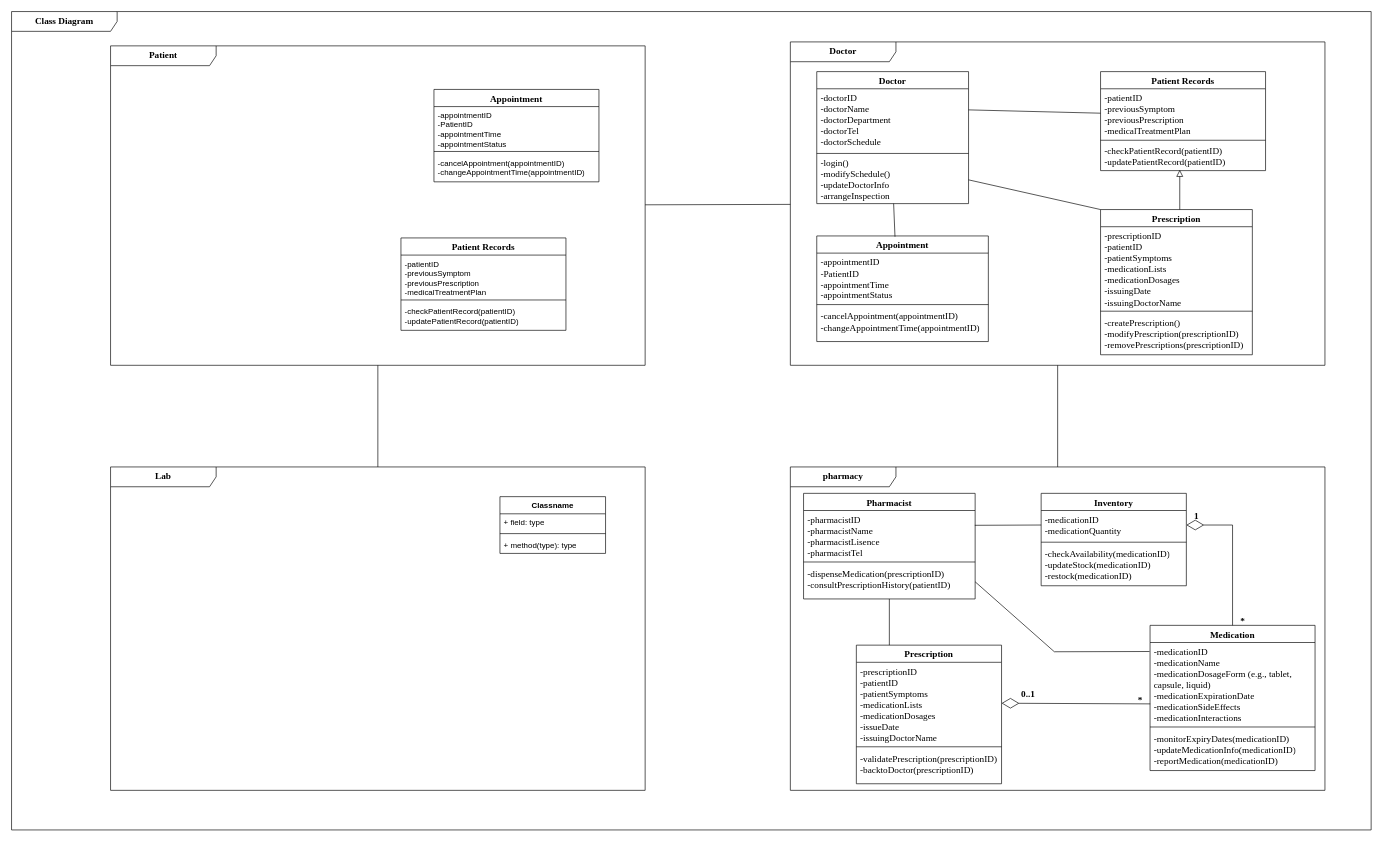
The draw.io diagram Class Diagram.drawio in FOMOKN/Software-Engineering, before the edit. Source tidied: cells renumbered, new cells numbered last; positions are measured from the earlier drawing's top-left corner, leaving out a move shared by most shapes. Both pictures are drawn from the tidied source at 66%, with x=0, y=0 at pixel (11, 11).
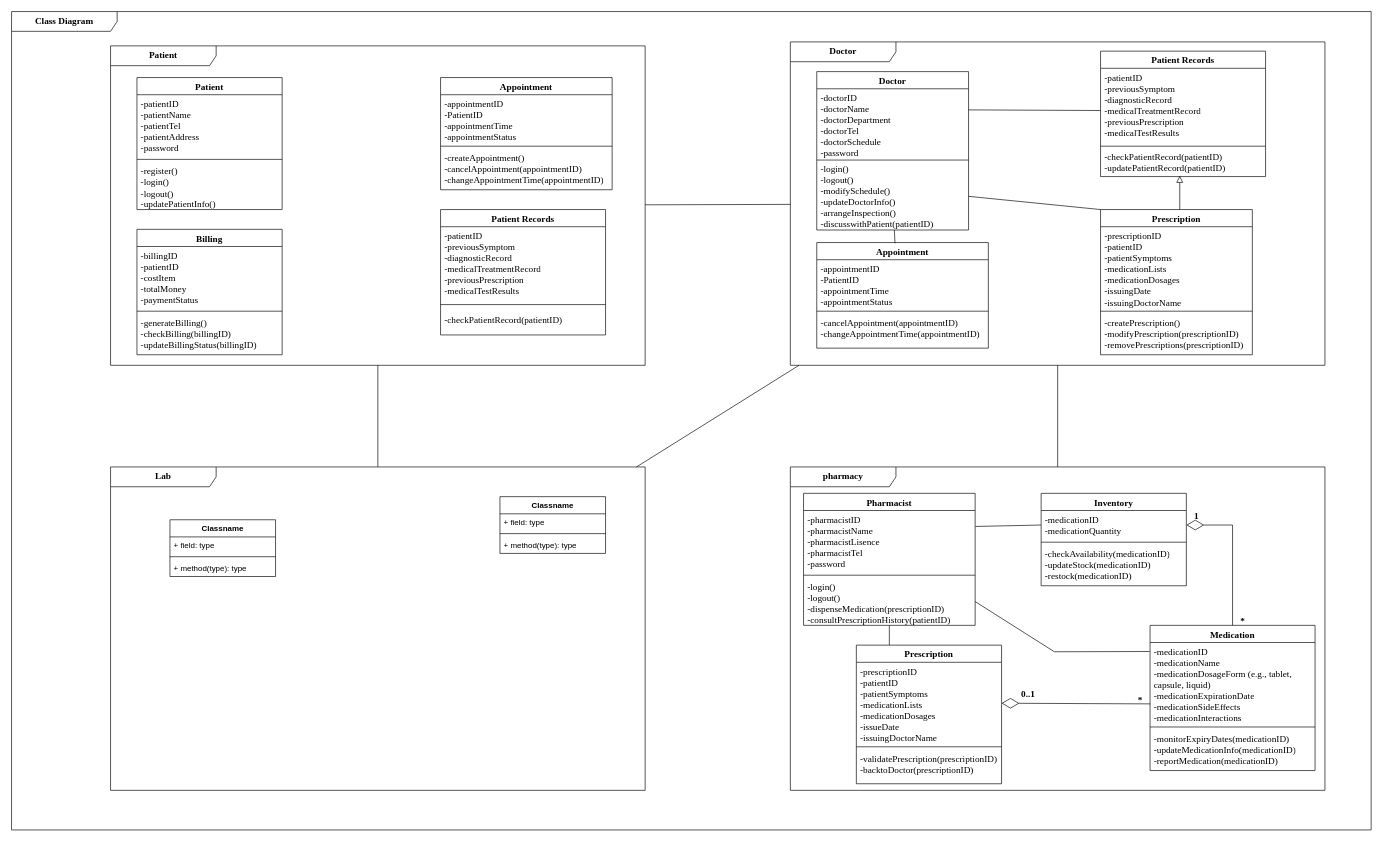
The same diagram, later.

The change refers to these unchanged cells:
```xml
<mxCell id="2" value="&lt;font style=&quot;font-size: 14px;&quot; face=&quot;Times New Roman&quot;&gt;&lt;b&gt;Class Diagram&lt;/b&gt;&lt;/font&gt;" style="shape=umlFrame;whiteSpace=wrap;html=1;width=160;" parent="1" vertex="1">
  <mxGeometry width="2060" height="1240" as="geometry" />
</mxCell>
<mxCell id="3" value="&lt;b&gt;&lt;font face=&quot;Times New Roman&quot; style=&quot;font-size: 14px;&quot;&gt;Lab&lt;/font&gt;&lt;/b&gt;" style="shape=umlFrame;whiteSpace=wrap;html=1;width=160;" parent="2" vertex="1">
  <mxGeometry x="150" y="690" width="810" height="490" as="geometry" />
</mxCell>
<mxCell id="8" value="&lt;font size=&quot;1&quot; face=&quot;Times New Roman&quot;&gt;&lt;b style=&quot;font-size: 14px;&quot;&gt;Patient&lt;/b&gt;&lt;/font&gt;" style="shape=umlFrame;whiteSpace=wrap;html=1;width=160;" parent="2" vertex="1">
  <mxGeometry x="150" y="52" width="810" height="484" as="geometry" />
</mxCell>
<mxCell id="17" value="&lt;font style=&quot;font-size: 14px;&quot; face=&quot;Times New Roman&quot;&gt;&lt;b&gt;Doctor&lt;/b&gt;&lt;/font&gt;" style="shape=umlFrame;whiteSpace=wrap;html=1;width=160;" parent="2" vertex="1">
  <mxGeometry x="1180" y="46" width="810" height="490" as="geometry" />
</mxCell>
<mxCell id="38" value="&lt;font size=&quot;1&quot; face=&quot;Times New Roman&quot;&gt;&lt;b style=&quot;font-size: 14px;&quot;&gt;pharmacy&lt;/b&gt;&lt;/font&gt;" style="shape=umlFrame;whiteSpace=wrap;html=1;width=160;" parent="2" vertex="1">
  <mxGeometry x="1180" y="690" width="810" height="490" as="geometry" />
</mxCell>
<mxCell id="44" value="-medicationID&lt;br style=&quot;font-size: 14px;&quot;&gt;-medicationQuantity" style="text;strokeColor=none;fillColor=none;align=left;verticalAlign=top;spacingLeft=4;spacingRight=4;overflow=hidden;points=[[0,0.5],[1,0.5]];portConstraint=eastwest;whiteSpace=wrap;html=1;fontFamily=Times New Roman;fontSize=14;" parent="43" vertex="1">
  <mxGeometry y="26" width="220" height="44" as="geometry" />
</mxCell>
```

Change to the diagram source:
```diff
@@
     <mxCell id="9" value="&lt;font face=&quot;Times New Roman&quot; style=&quot;font-size: 14px;&quot;&gt;Appointment&lt;/font&gt;" style="swimlane;fontStyle=1;align=center;verticalAlign=top;horizontal=1;startSize=26;whiteSpace=wrap;html=1;" parent="8" vertex="1">
-      <mxGeometry x="490" y="66" width="250" height="140" as="geometry" />
+      <mxGeometry x="500" y="48" width="260" height="170" as="geometry" />
     </mxCell>
-    <mxCell id="10" value="-appointmentID&lt;br&gt;-PatientID&lt;br&gt;-appointmentTime&lt;br&gt;-appointmentStatus" style="text;strokeColor=none;fillColor=none;align=left;verticalAlign=top;spacingLeft=4;spacingRight=4;overflow=hidden;whiteSpace=wrap;html=1;" parent="9" vertex="1">
-      <mxGeometry y="26" width="250" height="64" as="geometry" />
+    <mxCell id="10" value="-appointmentID&lt;br style=&quot;font-size: 14px;&quot;&gt;-PatientID&lt;br style=&quot;font-size: 14px;&quot;&gt;-appointmentTime&lt;br style=&quot;font-size: 14px;&quot;&gt;-appointmentStatus" style="text;strokeColor=none;fillColor=none;align=left;verticalAlign=top;spacingLeft=4;spacingRight=4;overflow=hidden;whiteSpace=wrap;html=1;fontFamily=Times New Roman;fontSize=14;" parent="9" vertex="1">
+      <mxGeometry y="26" width="260" height="74" as="geometry" />
     </mxCell>
     <mxCell id="11" style="line;strokeWidth=1;fillColor=none;align=left;verticalAlign=middle;spacingTop=-1;spacingLeft=3;spacingRight=3;labelPosition=right;strokeColor=inherit;" parent="9" vertex="1">
-      <mxGeometry y="90" width="250" height="8" as="geometry" />
+      <mxGeometry y="100" width="260" height="8" as="geometry" />
     </mxCell>
-    <mxCell id="12" value="-cancelAppointment(appointmentID)&lt;br&gt;-changeAppointmentTime(appointmentID)" style="text;strokeColor=none;fillColor=none;align=left;verticalAlign=top;spacingLeft=4;spacingRight=4;overflow=hidden;whiteSpace=wrap;html=1;" parent="9" vertex="1">
-      <mxGeometry y="98" width="250" height="42" as="geometry" />
+    <mxCell id="12" value="-createAppointment()&lt;br style=&quot;font-size: 14px;&quot;&gt;-cancelAppointment(appointmentID)&lt;br style=&quot;font-size: 14px;&quot;&gt;-changeAppointmentTime(appointmentID)" style="text;strokeColor=none;fillColor=none;align=left;verticalAlign=top;spacingLeft=4;spacingRight=4;overflow=hidden;whiteSpace=wrap;html=1;fontFamily=Times New Roman;fontSize=14;" parent="9" vertex="1">
+      <mxGeometry y="108" width="260" height="62" as="geometry" />
     </mxCell>
     <mxCell id="13" value="&lt;font face=&quot;Times New Roman&quot; style=&quot;font-size: 14px;&quot;&gt;Patient Records&lt;/font&gt;" style="swimlane;fontStyle=1;align=center;verticalAlign=top;horizontal=1;startSize=26;whiteSpace=wrap;html=1;" parent="8" vertex="1">
-      <mxGeometry x="440" y="291" width="250" height="140" as="geometry" />
+      <mxGeometry x="500" y="248" width="250" height="190" as="geometry" />
     </mxCell>
-    <mxCell id="14" value="-patientID&lt;br&gt;-previousSymptom&lt;br&gt;-previousPrescription&lt;br&gt;-medicalTreatmentPlan" style="text;strokeColor=none;fillColor=none;align=left;verticalAlign=top;spacingLeft=4;spacingRight=4;overflow=hidden;whiteSpace=wrap;html=1;" parent="13" vertex="1">
-      <mxGeometry y="26" width="250" height="64" as="geometry" />
+    <mxCell id="14" value="-patientID&lt;br style=&quot;font-size: 14px;&quot;&gt;-previousSymptom&lt;br style=&quot;font-size: 14px;&quot;&gt;-diagnosticRecord&lt;br style=&quot;font-size: 14px;&quot;&gt;-medicalTreatmentRecord&lt;br style=&quot;font-size: 14px;&quot;&gt;-previousPrescription&lt;br style=&quot;font-size: 14px;&quot;&gt;-medicalTestResults" style="text;strokeColor=none;fillColor=none;align=left;verticalAlign=top;spacingLeft=4;spacingRight=4;overflow=hidden;whiteSpace=wrap;html=1;fontFamily=Times New Roman;fontSize=14;" parent="13" vertex="1">
+      <mxGeometry y="26" width="250" height="114" as="geometry" />
     </mxCell>
     <mxCell id="15" style="line;strokeWidth=1;fillColor=none;align=left;verticalAlign=middle;spacingTop=-1;spacingLeft=3;spacingRight=3;labelPosition=right;strokeColor=inherit;" parent="13" vertex="1">
-      <mxGeometry y="90" width="250" height="8" as="geometry" />
+      <mxGeometry y="140" width="250" height="8" as="geometry" />
     </mxCell>
-    <mxCell id="16" value="-checkPatientRecord(patientID)&lt;br style=&quot;border-color: var(--border-color);&quot;&gt;-updatePatientRecord(patientID)" style="text;strokeColor=none;fillColor=none;align=left;verticalAlign=middle;spacingLeft=4;spacingRight=4;overflow=hidden;whiteSpace=wrap;html=1;" parent="13" vertex="1">
-      <mxGeometry y="98" width="250" height="42" as="geometry" />
+    <mxCell id="16" value="-checkPatientRecord(patientID)" style="text;strokeColor=none;fillColor=none;align=left;verticalAlign=middle;spacingLeft=4;spacingRight=4;overflow=hidden;whiteSpace=wrap;html=1;fontFamily=Times New Roman;fontSize=14;" parent="13" vertex="1">
+      <mxGeometry y="148" width="250" height="42" as="geometry" />
     </mxCell>
+    <mxCell id="67" value="Patient" style="swimlane;fontStyle=1;align=center;verticalAlign=top;horizontal=1;startSize=26;whiteSpace=wrap;html=1;fontFamily=Times New Roman;fontSize=14;" parent="8" vertex="1">
+      <mxGeometry x="40" y="48" width="220" height="200" as="geometry" />
+    </mxCell>
+    <mxCell id="68" value="-patientID&lt;br style=&quot;font-size: 14px;&quot;&gt;-patientName&lt;br style=&quot;font-size: 14px;&quot;&gt;-patientTel&lt;br style=&quot;font-size: 14px;&quot;&gt;-patientAddress&lt;br style=&quot;font-size: 14px;&quot;&gt;-password" style="text;strokeColor=none;fillColor=none;align=left;verticalAlign=top;spacingLeft=4;spacingRight=4;overflow=hidden;whiteSpace=wrap;html=1;fontFamily=Times New Roman;fontSize=14;" parent="67" vertex="1">
+      <mxGeometry y="26" width="220" height="94" as="geometry" />
+    </mxCell>
+    <mxCell id="69" style="line;strokeWidth=1;fillColor=none;align=left;verticalAlign=middle;spacingTop=-1;spacingLeft=3;spacingRight=3;labelPosition=right;strokeColor=inherit;" parent="67" vertex="1">
+      <mxGeometry y="120" width="220" height="8" as="geometry" />
+    </mxCell>
+    <mxCell id="70" value="-register()&lt;br&gt;-login()&lt;br style=&quot;border-color: var(--border-color); font-size: 14px;&quot;&gt;&lt;span style=&quot;font-size: 14px;&quot;&gt;-logout()&lt;br&gt;-updatePatientInfo()&lt;br&gt;&lt;/span&gt;" style="text;strokeColor=none;fillColor=none;align=left;verticalAlign=top;spacingLeft=4;spacingRight=4;overflow=hidden;whiteSpace=wrap;html=1;fontSize=14;fontFamily=Times New Roman;" parent="67" vertex="1">
+      <mxGeometry y="128" width="220" height="72" as="geometry" />
+    </mxCell>
+    <mxCell id="71" value="&lt;font style=&quot;font-size: 14px;&quot; face=&quot;Times New Roman&quot;&gt;Billing&lt;/font&gt;" style="swimlane;fontStyle=1;align=center;verticalAlign=top;horizontal=1;startSize=26;whiteSpace=wrap;html=1;" parent="8" vertex="1">
+      <mxGeometry x="40" y="278" width="220" height="190" as="geometry" />
+    </mxCell>
+    <mxCell id="72" value="-billingID&lt;br style=&quot;font-size: 14px;&quot;&gt;-patientID&lt;br style=&quot;font-size: 14px;&quot;&gt;-costItem&lt;br style=&quot;font-size: 14px;&quot;&gt;-totalMoney&lt;br style=&quot;font-size: 14px;&quot;&gt;-paymentStatus" style="text;strokeColor=none;fillColor=none;align=left;verticalAlign=top;spacingLeft=4;spacingRight=4;overflow=hidden;whiteSpace=wrap;html=1;fontFamily=Times New Roman;fontSize=14;" parent="71" vertex="1">
+      <mxGeometry y="26" width="220" height="94" as="geometry" />
+    </mxCell>
+    <mxCell id="73" style="line;strokeWidth=1;fillColor=none;align=left;verticalAlign=middle;spacingTop=-1;spacingLeft=3;spacingRight=3;labelPosition=right;strokeColor=inherit;" parent="71" vertex="1">
+      <mxGeometry y="120" width="220" height="8" as="geometry" />
+    </mxCell>
+    <mxCell id="74" value="-generateBilling()&lt;br style=&quot;font-size: 14px;&quot;&gt;-checkBilling(billingID)&lt;br style=&quot;font-size: 14px;&quot;&gt;-updateBillingStatus(billingID)" style="text;strokeColor=none;fillColor=none;align=left;verticalAlign=top;spacingLeft=4;spacingRight=4;overflow=hidden;whiteSpace=wrap;html=1;fontFamily=Times New Roman;fontSize=14;" parent="71" vertex="1">
+      <mxGeometry y="128" width="220" height="62" as="geometry" />
+    </mxCell>
@@
     <mxCell id="18" value="&lt;font style=&quot;font-size: 14px;&quot; face=&quot;Times New Roman&quot;&gt;Doctor&lt;/font&gt;" style="swimlane;fontStyle=1;align=center;verticalAlign=top;horizontal=1;startSize=26;whiteSpace=wrap;html=1;" parent="17" vertex="1">
-      <mxGeometry x="40" y="45" width="230" height="200" as="geometry" />
+      <mxGeometry x="40" y="45" width="230" height="240" as="geometry" />
     </mxCell>
-    <mxCell id="19" value="-doctorID&lt;br style=&quot;font-size: 14px;&quot;&gt;-doctorName&lt;br style=&quot;font-size: 14px;&quot;&gt;-doctorDepartment&lt;br style=&quot;font-size: 14px;&quot;&gt;-doctorTel&lt;br style=&quot;font-size: 14px;&quot;&gt;-doctorSchedule" style="text;strokeColor=none;fillColor=none;align=left;verticalAlign=top;spacingLeft=4;spacingRight=4;overflow=hidden;whiteSpace=wrap;html=1;fontFamily=Times New Roman;fontStyle=0;fontSize=14;" parent="18" vertex="1">
-      <mxGeometry y="26" width="230" height="94" as="geometry" />
+    <mxCell id="19" value="-doctorID&lt;br style=&quot;font-size: 14px;&quot;&gt;-doctorName&lt;br style=&quot;font-size: 14px;&quot;&gt;-doctorDepartment&lt;br style=&quot;font-size: 14px;&quot;&gt;-doctorTel&lt;br style=&quot;font-size: 14px;&quot;&gt;-doctorSchedule&lt;br&gt;-password" style="text;strokeColor=none;fillColor=none;align=left;verticalAlign=top;spacingLeft=4;spacingRight=4;overflow=hidden;whiteSpace=wrap;html=1;fontFamily=Times New Roman;fontStyle=0;fontSize=14;" parent="18" vertex="1">
+      <mxGeometry y="26" width="230" height="104" as="geometry" />
     </mxCell>
     <mxCell id="20" style="line;strokeWidth=1;fillColor=none;align=left;verticalAlign=middle;spacingTop=-1;spacingLeft=3;spacingRight=3;labelPosition=right;strokeColor=inherit;" parent="18" vertex="1">
-      <mxGeometry y="120" width="230" height="8" as="geometry" />
+      <mxGeometry y="130" width="230" height="8" as="geometry" />
     </mxCell>
-    <mxCell id="21" value="-login()&lt;br style=&quot;font-size: 14px;&quot;&gt;-modifySchedule()&lt;br style=&quot;font-size: 14px;&quot;&gt;-updateDoctorInfo&lt;br style=&quot;font-size: 14px;&quot;&gt;-arrangeInspection" style="text;strokeColor=none;fillColor=none;align=left;verticalAlign=middle;spacingLeft=4;spacingRight=4;overflow=hidden;points=[[0,0.5],[1,0.5]];portConstraint=eastwest;whiteSpace=wrap;html=1;fontSize=14;fontFamily=Times New Roman;" parent="18" vertex="1">
-      <mxGeometry y="128" width="230" height="72" as="geometry" />
+    <mxCell id="21" value="-login()&lt;br&gt;-logout()&lt;br style=&quot;font-size: 14px;&quot;&gt;-modifySchedule()&lt;br style=&quot;font-size: 14px;&quot;&gt;-updateDoctorInfo()&lt;br style=&quot;font-size: 14px;&quot;&gt;-arrangeInspection()&lt;br&gt;-discusswithPatient(patientID)" style="text;strokeColor=none;fillColor=none;align=left;verticalAlign=middle;spacingLeft=4;spacingRight=4;overflow=hidden;points=[[0,0.5],[1,0.5]];portConstraint=eastwest;whiteSpace=wrap;html=1;fontSize=14;fontFamily=Times New Roman;" parent="18" vertex="1">
+      <mxGeometry y="138" width="230" height="102" as="geometry" />
     </mxCell>
     <mxCell id="22" value="&lt;font face=&quot;Times New Roman&quot; style=&quot;font-size: 14px;&quot;&gt;Appointment&lt;/font&gt;" style="swimlane;fontStyle=1;align=center;verticalAlign=top;horizontal=1;startSize=26;whiteSpace=wrap;html=1;" parent="17" vertex="1">
-      <mxGeometry x="40" y="294" width="260" height="160" as="geometry" />
+      <mxGeometry x="40" y="304" width="260" height="160" as="geometry" />
     </mxCell>
@@
     <mxCell id="26" value="&lt;font face=&quot;Times New Roman&quot; style=&quot;font-size: 14px;&quot;&gt;Patient Records&lt;/font&gt;" style="swimlane;fontStyle=1;align=center;verticalAlign=top;horizontal=1;startSize=26;whiteSpace=wrap;html=1;" parent="17" vertex="1">
-      <mxGeometry x="470" y="45" width="250" height="150" as="geometry" />
+      <mxGeometry x="470" y="14" width="250" height="190" as="geometry" />
     </mxCell>
-    <mxCell id="27" value="-patientID&lt;br style=&quot;font-size: 14px;&quot;&gt;-previousSymptom&lt;br style=&quot;font-size: 14px;&quot;&gt;-previousPrescription&lt;br style=&quot;font-size: 14px;&quot;&gt;-medicalTreatmentPlan" style="text;strokeColor=none;fillColor=none;align=left;verticalAlign=top;spacingLeft=4;spacingRight=4;overflow=hidden;points=[[0,0.5],[1,0.5]];portConstraint=eastwest;whiteSpace=wrap;html=1;fontFamily=Times New Roman;fontSize=14;" parent="26" vertex="1">
-      <mxGeometry y="26" width="250" height="74" as="geometry" />
+    <mxCell id="27" value="-patientID&lt;br style=&quot;border-color: var(--border-color);&quot;&gt;-previousSymptom&lt;br style=&quot;border-color: var(--border-color);&quot;&gt;-diagnosticRecord&lt;br style=&quot;border-color: var(--border-color);&quot;&gt;-medicalTreatmentRecord&lt;br style=&quot;border-color: var(--border-color);&quot;&gt;-previousPrescription&lt;br style=&quot;border-color: var(--border-color);&quot;&gt;-medicalTestResults" style="text;strokeColor=none;fillColor=none;align=left;verticalAlign=top;spacingLeft=4;spacingRight=4;overflow=hidden;points=[[0,0.5],[1,0.5]];portConstraint=eastwest;whiteSpace=wrap;html=1;fontFamily=Times New Roman;fontSize=14;" parent="26" vertex="1">
+      <mxGeometry y="26" width="250" height="114" as="geometry" />
     </mxCell>
     <mxCell id="28" style="line;strokeWidth=1;fillColor=none;align=left;verticalAlign=middle;spacingTop=-1;spacingLeft=3;spacingRight=3;labelPosition=right;strokeColor=inherit;" parent="26" vertex="1">
-      <mxGeometry y="100" width="250" height="8" as="geometry" />
+      <mxGeometry y="140" width="250" height="8" as="geometry" />
     </mxCell>
     <mxCell id="29" value="-checkPatientRecord(patientID)&lt;br style=&quot;border-color: var(--border-color); font-size: 14px;&quot;&gt;-updatePatientRecord(patientID)" style="text;strokeColor=none;fillColor=none;align=left;verticalAlign=middle;spacingLeft=4;spacingRight=4;overflow=hidden;points=[[0,0.5],[1,0.5]];portConstraint=eastwest;whiteSpace=wrap;html=1;fontSize=14;fontFamily=Times New Roman;" parent="26" vertex="1">
-      <mxGeometry y="108" width="250" height="42" as="geometry" />
+      <mxGeometry y="148" width="250" height="42" as="geometry" />
     </mxCell>
@@
-    <mxCell id="35" style="endArrow=none;html=1;rounded=0;entryX=0;entryY=0.5;entryDx=0;entryDy=0;" parent="17" edge="1" target="27">
+    <mxCell id="35" style="endArrow=none;html=1;rounded=0;entryX=0;entryY=0.561;entryDx=0;entryDy=0;entryPerimeter=0;" parent="17" edge="1" target="27">
       <mxGeometry relative="1" as="geometry">
         <mxPoint x="270" y="103" as="sourcePoint" />
       </mxGeometry>
     </mxCell>
@@
     <mxCell id="47" value="&lt;font style=&quot;font-size: 14px;&quot; face=&quot;Times New Roman&quot;&gt;Pharmacist&lt;/font&gt;" style="swimlane;fontStyle=1;align=center;verticalAlign=top;horizontal=1;startSize=26;whiteSpace=wrap;html=1;" parent="38" vertex="1">
-      <mxGeometry x="20" y="40" width="260" height="160" as="geometry" />
+      <mxGeometry x="20" y="40" width="260" height="200" as="geometry" />
     </mxCell>
-    <mxCell id="48" value="-pharmacistID&lt;br&gt;-pharmacistName&lt;br style=&quot;font-size: 14px;&quot;&gt;-pharmacistLisence&lt;br&gt;-pharmacistTel" style="text;strokeColor=none;fillColor=none;align=left;verticalAlign=top;spacingLeft=4;spacingRight=4;overflow=hidden;points=[[0,0.5],[1,0.5]];portConstraint=eastwest;whiteSpace=wrap;html=1;fontFamily=Times New Roman;fontSize=14;" parent="47" vertex="1">
-      <mxGeometry y="26" width="260" height="74" as="geometry" />
+    <mxCell id="48" value="-pharmacistID&lt;br&gt;-pharmacistName&lt;br style=&quot;font-size: 14px;&quot;&gt;-pharmacistLisence&lt;br&gt;-pharmacistTel&lt;br&gt;-password" style="text;strokeColor=none;fillColor=none;align=left;verticalAlign=top;spacingLeft=4;spacingRight=4;overflow=hidden;points=[[0,0.5],[1,0.5]];portConstraint=eastwest;whiteSpace=wrap;html=1;fontFamily=Times New Roman;fontSize=14;" parent="47" vertex="1">
+      <mxGeometry y="26" width="260" height="94" as="geometry" />
     </mxCell>
     <mxCell id="49" style="line;strokeWidth=1;fillColor=none;align=left;verticalAlign=middle;spacingTop=-1;spacingLeft=3;spacingRight=3;labelPosition=right;strokeColor=inherit;" parent="47" vertex="1">
-      <mxGeometry y="100" width="260" height="8" as="geometry" />
+      <mxGeometry y="120" width="260" height="8" as="geometry" />
     </mxCell>
-    <mxCell id="50" value="&lt;font style=&quot;font-size: 14px;&quot;&gt;-dispenseMedication(prescriptionID)&lt;br style=&quot;font-size: 14px;&quot;&gt;&lt;/font&gt;&lt;font style=&quot;font-size: 14px;&quot;&gt;-consultPrescriptionHistory(patientID)&lt;br&gt;&lt;br&gt;&lt;br style=&quot;font-size: 14px;&quot;&gt;&lt;/font&gt;" style="text;strokeColor=none;fillColor=none;align=left;verticalAlign=top;spacingLeft=4;spacingRight=4;overflow=hidden;points=[[0,0.5],[1,0.5]];portConstraint=eastwest;whiteSpace=wrap;html=1;fontFamily=Times New Roman;fontSize=14;" parent="47" vertex="1">
-      <mxGeometry y="108" width="260" height="52" as="geometry" />
+    <mxCell id="50" value="&lt;font style=&quot;font-size: 14px;&quot;&gt;-login()&lt;br style=&quot;border-color: var(--border-color);&quot;&gt;-logout()&lt;br&gt;-dispenseMedication(prescriptionID)&lt;br style=&quot;font-size: 14px;&quot;&gt;&lt;/font&gt;&lt;font style=&quot;font-size: 14px;&quot;&gt;-consultPrescriptionHistory(patientID)&lt;br&gt;&lt;br&gt;&lt;br style=&quot;font-size: 14px;&quot;&gt;&lt;/font&gt;" style="text;strokeColor=none;fillColor=none;align=left;verticalAlign=top;spacingLeft=4;spacingRight=4;overflow=hidden;points=[[0,0.5],[1,0.5]];portConstraint=eastwest;whiteSpace=wrap;html=1;fontFamily=Times New Roman;fontSize=14;" parent="47" vertex="1">
+      <mxGeometry y="128" width="260" height="72" as="geometry" />
     </mxCell>
@@
-    <mxCell id="56" style="endArrow=none;html=1;rounded=0;entryX=0;entryY=0.5;entryDx=0;entryDy=0;exitX=0.998;exitY=0.303;exitDx=0;exitDy=0;exitPerimeter=0;" parent="38" edge="1" source="48" target="44">
+    <mxCell id="56" style="endArrow=none;html=1;rounded=0;entryX=0;entryY=0.5;entryDx=0;entryDy=0;exitX=1.002;exitY=0.257;exitDx=0;exitDy=0;exitPerimeter=0;" parent="38" edge="1" source="48" target="44">
       <mxGeometry relative="1" as="geometry" />
     </mxCell>
@@
+    <mxCell id="75" style="endArrow=none;html=1;rounded=0;" parent="2" edge="1" source="3" target="17">
+      <mxGeometry relative="1" as="geometry" />
+    </mxCell>
+    <mxCell id="76" value="Classname" style="swimlane;fontStyle=1;align=center;verticalAlign=top;horizontal=1;startSize=26;whiteSpace=wrap;html=1;" parent="1" vertex="1">
+      <mxGeometry x="240" y="770" width="160" height="86" as="geometry" />
+    </mxCell>
+    <mxCell id="77" value="+ field: type" style="text;strokeColor=none;fillColor=none;align=left;verticalAlign=top;spacingLeft=4;spacingRight=4;overflow=hidden;whiteSpace=wrap;html=1;" parent="76" vertex="1">
+      <mxGeometry y="26" width="160" height="26" as="geometry" />
+    </mxCell>
+    <mxCell id="78" style="line;strokeWidth=1;fillColor=none;align=left;verticalAlign=middle;spacingTop=-1;spacingLeft=3;spacingRight=3;labelPosition=right;strokeColor=inherit;" parent="76" vertex="1">
+      <mxGeometry y="52" width="160" height="8" as="geometry" />
+    </mxCell>
+    <mxCell id="79" value="+ method(type): type" style="text;strokeColor=none;fillColor=none;align=left;verticalAlign=top;spacingLeft=4;spacingRight=4;overflow=hidden;whiteSpace=wrap;html=1;" parent="76" vertex="1">
+      <mxGeometry y="60" width="160" height="26" as="geometry" />
+    </mxCell>
```
